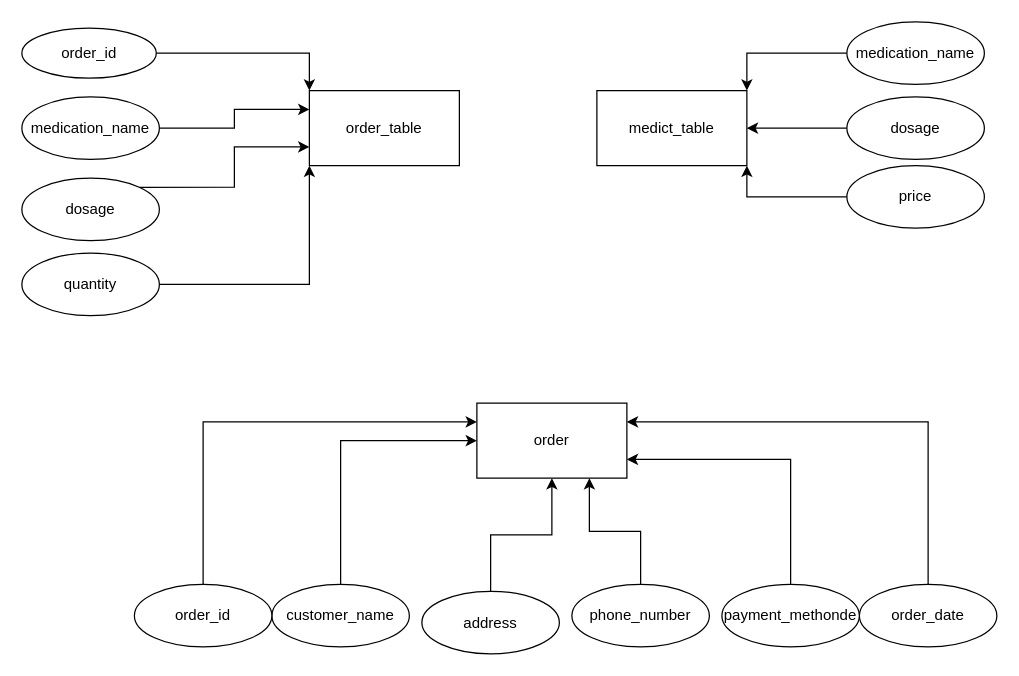
The draw.io diagram Untitled Diagram.drawio in Bangkithari18/approval, before the edit. Source tidied: cells renumbered, new cells numbered last; positions are measured from the earlier drawing's top-left corner, leaving out a move shared by most shapes. Both pictures are drawn from the tidied source at 125%, with x=0, y=0 at pixel (21, 21).
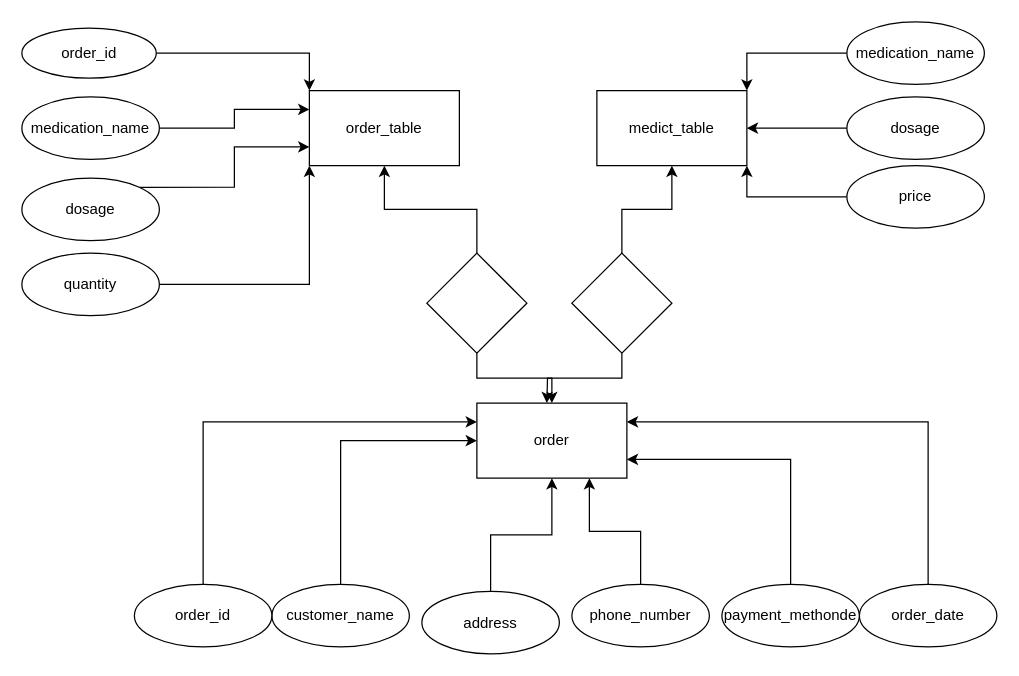
The same diagram, later.

The change refers to these unchanged cells:
```xml
<mxCell id="2" value="order_table" style="rounded=0;whiteSpace=wrap;html=1;" parent="1" vertex="1">
  <mxGeometry x="230" y="55" width="120" height="60" as="geometry" />
</mxCell>
<mxCell id="11" value="medict_table" style="rounded=0;whiteSpace=wrap;html=1;" parent="1" vertex="1">
  <mxGeometry x="460" y="55" width="120" height="60" as="geometry" />
</mxCell>
<mxCell id="18" value="order" style="rounded=0;whiteSpace=wrap;html=1;" parent="1" vertex="1">
  <mxGeometry x="364" y="305" width="120" height="60" as="geometry" />
</mxCell>
```

What changed in the source:
```diff
@@
+    <mxCell id="31" style="edgeStyle=orthogonalEdgeStyle;rounded=0;jettySize=auto;html=1;exitX=0.5;exitY=0;exitDx=0;exitDy=0;entryX=0.5;entryY=1;entryDx=0;entryDy=0;" parent="1" edge="1" source="33" target="2">
+      <mxGeometry relative="1" as="geometry" />
+    </mxCell>
+    <mxCell id="32" style="edgeStyle=orthogonalEdgeStyle;rounded=0;jettySize=auto;html=1;exitX=0.5;exitY=1;exitDx=0;exitDy=0;entryX=0.5;entryY=0;entryDx=0;entryDy=0;" parent="1" edge="1" source="33" target="18">
+      <mxGeometry relative="1" as="geometry" />
+    </mxCell>
+    <mxCell id="33" style="rhombus;whiteSpace=wrap;html=1;" parent="1" vertex="1">
+      <mxGeometry x="324" y="185" width="80" height="80" as="geometry" />
+    </mxCell>
+    <mxCell id="34" style="edgeStyle=orthogonalEdgeStyle;rounded=0;jettySize=auto;html=1;exitX=0.5;exitY=0;exitDx=0;exitDy=0;entryX=0.5;entryY=1;entryDx=0;entryDy=0;" parent="1" edge="1" source="36" target="11">
+      <mxGeometry relative="1" as="geometry" />
+    </mxCell>
+    <mxCell id="35" style="edgeStyle=orthogonalEdgeStyle;rounded=0;jettySize=auto;html=1;exitX=0.5;exitY=1;exitDx=0;exitDy=0;" parent="1" edge="1" source="36">
+      <mxGeometry relative="1" as="geometry">
+        <mxPoint x="420" y="305" as="targetPoint" />
+      </mxGeometry>
+    </mxCell>
+    <mxCell id="36" style="rhombus;whiteSpace=wrap;html=1;" parent="1" vertex="1">
+      <mxGeometry x="440" y="185" width="80" height="80" as="geometry" />
+    </mxCell>
```
